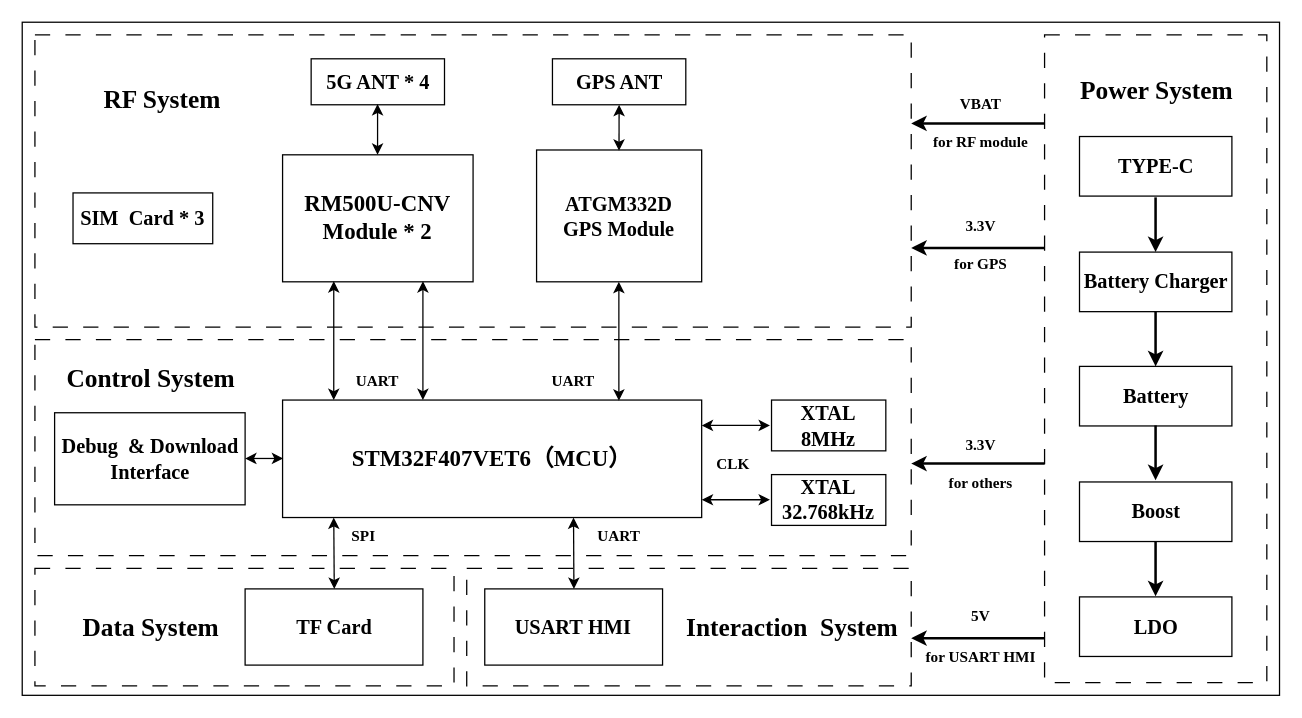
Before: ICCC_block_V4.0.drawio in zeandon/draw.io, a draw.io diagram. Source tidied: cells renumbered, new cells numbered last; positions are measured from the earlier drawing's top-left corner, leaving out a move shared by most shapes. Both pictures are drawn from the tidied source at 127%, with x=0, y=0 at pixel (22, 22).
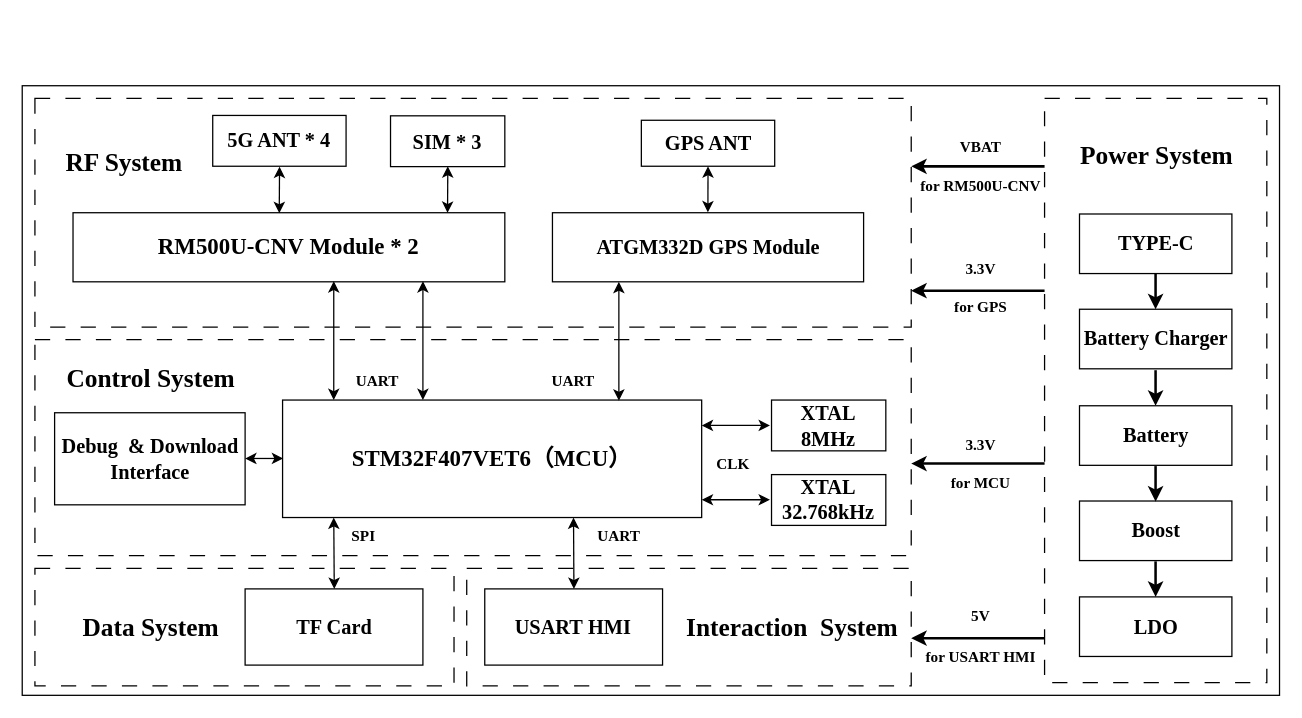
The same diagram, later.

Change to the diagram source:
```diff
@@
     <mxCell id="2" style="rounded=0;whiteSpace=wrap;html=1;fontFamily=Times New Roman;" parent="1" vertex="1">
-      <mxGeometry width="990" height="530" as="geometry" />
+      <mxGeometry y="50" width="990" height="480" as="geometry" />
     </mxCell>
@@
     <mxCell id="5" style="rounded=0;whiteSpace=wrap;html=1;fontFamily=Times New Roman;dashed=1;dashPattern=12 12;" parent="1" vertex="1">
-      <mxGeometry x="805" y="10" width="175" height="510" as="geometry" />
+      <mxGeometry x="805" y="60" width="175" height="460" as="geometry" />
     </mxCell>
     <mxCell id="6" style="rounded=0;whiteSpace=wrap;html=1;fontFamily=Times New Roman;dashed=1;dashPattern=12 12;" parent="1" vertex="1">
-      <mxGeometry x="10" y="10" width="690" height="230" as="geometry" />
+      <mxGeometry x="10" y="60" width="690" height="180" as="geometry" />
     </mxCell>
@@
     <mxCell id="9" value="&lt;span&gt;RF System&lt;/span&gt;" style="text;strokeColor=none;fillColor=none;html=1;fontSize=20;fontStyle=1;verticalAlign=middle;align=center;fontFamily=Times New Roman;" parent="1" vertex="1">
-      <mxGeometry x="60" y="40" width="100" height="40" as="geometry" />
+      <mxGeometry x="30" y="90" width="100" height="40" as="geometry" />
     </mxCell>
-    <mxCell id="10" value="RM500U-CNV&lt;div&gt;Module * 2&lt;/div&gt;" style="rounded=0;whiteSpace=wrap;html=1;fontStyle=1;fontFamily=Times New Roman;fontSize=18;" parent="1" vertex="1">
-      <mxGeometry x="205" y="104.4" width="150" height="100" as="geometry" />
+    <mxCell id="10" value="RM500U-CNV&amp;nbsp;&lt;span style=&quot;background-color: transparent; color: light-dark(rgb(0, 0, 0), rgb(255, 255, 255));&quot;&gt;Module * 2&lt;/span&gt;" style="rounded=0;whiteSpace=wrap;html=1;fontStyle=1;fontFamily=Times New Roman;fontSize=18;" parent="1" vertex="1">
+      <mxGeometry x="40" y="150" width="340" height="54.4" as="geometry" />
     </mxCell>
@@
     <mxCell id="13" value="5G ANT * 4" style="rounded=0;whiteSpace=wrap;html=1;fontStyle=1;fontFamily=Times New Roman;fontSize=16;" parent="1" vertex="1">
-      <mxGeometry x="227.5" y="28.8" width="105" height="36.2" as="geometry" />
+      <mxGeometry x="150" y="73.4" width="105" height="40" as="geometry" />
     </mxCell>
@@
     <mxCell id="18" value="TYPE-C" style="rounded=0;whiteSpace=wrap;html=1;fontStyle=1;fontFamily=Times New Roman;fontSize=16;" parent="1" vertex="1">
-      <mxGeometry x="832.5" y="90" width="120" height="46.9" as="geometry" />
+      <mxGeometry x="832.5" y="151" width="120" height="46.9" as="geometry" />
     </mxCell>
     <mxCell id="19" value="Battery Charger" style="rounded=0;whiteSpace=wrap;html=1;fontStyle=1;fontFamily=Times New Roman;fontSize=16;" parent="1" vertex="1">
-      <mxGeometry x="832.5" y="181" width="120" height="46.9" as="geometry" />
+      <mxGeometry x="832.5" y="226" width="120" height="46.9" as="geometry" />
     </mxCell>
     <mxCell id="20" value="Boost" style="rounded=0;whiteSpace=wrap;html=1;fontStyle=1;fontFamily=Times New Roman;fontSize=16;" parent="1" vertex="1">
-      <mxGeometry x="832.5" y="362" width="120" height="46.9" as="geometry" />
+      <mxGeometry x="832.5" y="377" width="120" height="46.9" as="geometry" />
     </mxCell>
@@
     <mxCell id="22" value="Battery" style="rounded=0;whiteSpace=wrap;html=1;fontStyle=1;fontFamily=Times New Roman;fontSize=16;" parent="1" vertex="1">
-      <mxGeometry x="832.5" y="271" width="120" height="46.9" as="geometry" />
+      <mxGeometry x="832.5" y="302" width="120" height="46.9" as="geometry" />
     </mxCell>
-    <mxCell id="23" value="SIM&amp;nbsp; Card * 3" style="rounded=0;whiteSpace=wrap;html=1;fontStyle=1;fontFamily=Times New Roman;fontSize=16;" parent="1" vertex="1">
-      <mxGeometry x="40" y="134.4" width="110" height="40" as="geometry" />
+    <mxCell id="23" value="SIM * 3" style="rounded=0;whiteSpace=wrap;html=1;fontStyle=1;fontFamily=Times New Roman;fontSize=16;" parent="1" vertex="1">
+      <mxGeometry x="290" y="73.7" width="90" height="40" as="geometry" />
     </mxCell>
@@
-    <mxCell id="26" style="endArrow=classic;startArrow=classic;html=1;rounded=0;exitX=0.5;exitY=0;exitDx=0;exitDy=0;entryX=0.958;entryY=0.995;entryDx=0;entryDy=0;entryPerimeter=0;fontFamily=Times New Roman;" parent="1" edge="1">
-      <mxGeometry relative="1" as="geometry">
-        <mxPoint x="279.8" y="104.4" as="sourcePoint" />
-        <mxPoint x="279.8" y="64.4" as="targetPoint" />
-        <Array as="points">
-          <mxPoint x="279.8" y="84.4" />
-          <mxPoint x="279.8" y="74.4" />
-        </Array>
-      </mxGeometry>
-    </mxCell>
     <mxCell id="27" value="VBAT" style="text;html=1;whiteSpace=wrap;strokeColor=none;fillColor=none;align=center;verticalAlign=middle;rounded=0;fontStyle=1;fontSize=12;fontFamily=Times New Roman;" parent="1" vertex="1">
-      <mxGeometry x="730" y="50" width="50" height="30" as="geometry" />
+      <mxGeometry x="730" y="83.7" width="50" height="30" as="geometry" />
     </mxCell>
@@
-    <mxCell id="30" value="for RF module" style="text;html=1;whiteSpace=wrap;strokeColor=none;fillColor=none;align=center;verticalAlign=middle;rounded=0;fontStyle=1;fontSize=12;fontFamily=Times New Roman;" parent="1" vertex="1">
-      <mxGeometry x="710" y="80" width="90" height="30" as="geometry" />
+    <mxCell id="30" value="for RM500U-CNV" style="text;html=1;whiteSpace=wrap;strokeColor=none;fillColor=none;align=center;verticalAlign=middle;rounded=0;fontStyle=1;fontSize=12;fontFamily=Times New Roman;" parent="1" vertex="1">
+      <mxGeometry x="695" y="113.7" width="120" height="30" as="geometry" />
     </mxCell>
@@
     <mxCell id="32" value="for GPS" style="text;html=1;whiteSpace=wrap;strokeColor=none;fillColor=none;align=center;verticalAlign=middle;rounded=0;fontStyle=1;fontSize=12;fontFamily=Times New Roman;" parent="1" vertex="1">
-      <mxGeometry x="725" y="176.3" width="60" height="30" as="geometry" />
+      <mxGeometry x="725" y="210" width="60" height="30" as="geometry" />
     </mxCell>
-    <mxCell id="33" value="for others" style="text;html=1;whiteSpace=wrap;strokeColor=none;fillColor=none;align=center;verticalAlign=middle;rounded=0;fontStyle=1;fontSize=12;fontFamily=Times New Roman;" parent="1" vertex="1">
+    <mxCell id="33" value="for MCU" style="text;html=1;whiteSpace=wrap;strokeColor=none;fillColor=none;align=center;verticalAlign=middle;rounded=0;fontStyle=1;fontSize=12;fontFamily=Times New Roman;" parent="1" vertex="1">
       <mxGeometry x="720" y="347.5" width="70" height="30" as="geometry" />
     </mxCell>
-    <mxCell id="34" value="&lt;div&gt;&lt;div class=&quot;old-record-id-EkiNdZjjBor4kKx9q06cBJtBn5e&quot;&gt;ATGM332D&lt;/div&gt;&lt;/div&gt;&lt;span data-lark-record-data=&quot;{&amp;quot;rootId&amp;quot;:&amp;quot;WC7idygdLo3EwxxI4wccTYTrntd&amp;quot;,&amp;quot;text&amp;quot;:{&amp;quot;initialAttributedTexts&amp;quot;:{&amp;quot;text&amp;quot;:{&amp;quot;0&amp;quot;:&amp;quot;ATGM332D&amp;quot;},&amp;quot;attribs&amp;quot;:{&amp;quot;0&amp;quot;:&amp;quot;*0+8&amp;quot;}},&amp;quot;apool&amp;quot;:{&amp;quot;numToAttrib&amp;quot;:{&amp;quot;0&amp;quot;:[&amp;quot;author&amp;quot;,&amp;quot;7430727519390695452&amp;quot;]},&amp;quot;nextNum&amp;quot;:1}},&amp;quot;type&amp;quot;:&amp;quot;text&amp;quot;,&amp;quot;referenceRecordMap&amp;quot;:{},&amp;quot;extra&amp;quot;:{&amp;quot;channel&amp;quot;:&amp;quot;saas&amp;quot;,&amp;quot;isEqualBlockSelection&amp;quot;:false,&amp;quot;pasteRandomId&amp;quot;:&amp;quot;4cfd0e9a-30e1-4352-a2b7-8c5324ee6488&amp;quot;,&amp;quot;mention_page_title&amp;quot;:{},&amp;quot;external_mention_url&amp;quot;:{}},&amp;quot;isKeepQuoteContainer&amp;quot;:false,&amp;quot;isFromCode&amp;quot;:false,&amp;quot;selection&amp;quot;:[{&amp;quot;id&amp;quot;:43,&amp;quot;type&amp;quot;:&amp;quot;text&amp;quot;,&amp;quot;selection&amp;quot;:{&amp;quot;start&amp;quot;:46,&amp;quot;end&amp;quot;:54},&amp;quot;recordId&amp;quot;:&amp;quot;EkiNdZjjBor4kKx9q06cBJtBn5e&amp;quot;}],&amp;quot;payloadMap&amp;quot;:{},&amp;quot;isCut&amp;quot;:false}&quot; class=&quot;lark-record-clipboard&quot;&gt;&lt;/span&gt;GPS Module" style="rounded=0;whiteSpace=wrap;html=1;fontStyle=1;fontFamily=Times New Roman;fontSize=16;" parent="1" vertex="1">
-      <mxGeometry x="405" y="100.6" width="130" height="103.8" as="geometry" />
+    <mxCell id="34" value="&lt;div&gt;&lt;div class=&quot;old-record-id-EkiNdZjjBor4kKx9q06cBJtBn5e&quot;&gt;ATGM332D&amp;nbsp;&lt;span style=&quot;background-color: transparent; color: light-dark(rgb(0, 0, 0), rgb(255, 255, 255));&quot;&gt;GPS Module&lt;/span&gt;&lt;/div&gt;&lt;/div&gt;" style="rounded=0;whiteSpace=wrap;html=1;fontStyle=1;fontFamily=Times New Roman;fontSize=16;" parent="1" vertex="1">
+      <mxGeometry x="417.5" y="150" width="245" height="54.4" as="geometry" />
     </mxCell>
     <mxCell id="35" value="GPS ANT" style="rounded=0;whiteSpace=wrap;html=1;fontStyle=1;fontFamily=Times New Roman;fontSize=16;" parent="1" vertex="1">
-      <mxGeometry x="417.5" y="28.8" width="105" height="36.2" as="geometry" />
+      <mxGeometry x="487.5" y="77.2" width="105" height="36.2" as="geometry" />
     </mxCell>
@@
     <mxCell id="40" style="endArrow=classic;startArrow=classic;html=1;rounded=0;fontFamily=Times New Roman;entryX=0.5;entryY=1;entryDx=0;entryDy=0;" parent="1" edge="1" target="35">
       <mxGeometry relative="1" as="geometry">
-        <mxPoint x="469.9" y="101.2" as="sourcePoint" />
+        <mxPoint x="539.9" y="149.7" as="sourcePoint" />
       </mxGeometry>
     </mxCell>
     <mxCell id="41" value="3.3V" style="text;html=1;whiteSpace=wrap;strokeColor=none;fillColor=none;align=center;verticalAlign=middle;rounded=0;fontStyle=1;fontSize=12;fontFamily=Times New Roman;" parent="1" vertex="1">
-      <mxGeometry x="730" y="146.3" width="50" height="30" as="geometry" />
+      <mxGeometry x="730" y="180" width="50" height="30" as="geometry" />
     </mxCell>
-    <mxCell id="42" style="endArrow=none;startArrow=classic;html=1;rounded=0;endFill=0;strokeWidth=2;fontFamily=Times New Roman;entryX=0.516;entryY=0.999;entryDx=0;entryDy=0;entryPerimeter=0;" parent="1" edge="1">
-      <mxGeometry relative="1" as="geometry">
-        <mxPoint x="892.4" y="181" as="sourcePoint" />
-        <mxPoint x="892.4" y="137.9" as="targetPoint" />
-      </mxGeometry>
-    </mxCell>
     <mxCell id="43" style="endArrow=none;startArrow=classic;html=1;rounded=0;endFill=0;strokeWidth=2;fontFamily=Times New Roman;entryX=-0.001;entryY=0.254;entryDx=0;entryDy=0;entryPerimeter=0;" parent="1" edge="1">
       <mxGeometry relative="1" as="geometry">
-        <mxPoint x="700" y="79.7" as="sourcePoint" />
-        <mxPoint x="805" y="79.7" as="targetPoint" />
+        <mxPoint x="700" y="113.5" as="sourcePoint" />
+        <mxPoint x="805" y="113.5" as="targetPoint" />
       </mxGeometry>
     </mxCell>
@@
     <mxCell id="45" style="endArrow=none;startArrow=classic;html=1;rounded=0;endFill=0;strokeWidth=2;fontFamily=Times New Roman;entryX=-0.001;entryY=0.254;entryDx=0;entryDy=0;entryPerimeter=0;" parent="1" edge="1">
       <mxGeometry relative="1" as="geometry">
-        <mxPoint x="700" y="177.7" as="sourcePoint" />
-        <mxPoint x="805" y="177.7" as="targetPoint" />
+        <mxPoint x="700" y="211.4" as="sourcePoint" />
+        <mxPoint x="805" y="211.4" as="targetPoint" />
       </mxGeometry>
     </mxCell>
@@
     <mxCell id="49" value="&lt;font&gt;Power System&lt;/font&gt;" style="text;strokeColor=none;fillColor=none;html=1;fontSize=20;fontStyle=1;verticalAlign=middle;align=center;fontFamily=Times New Roman;" parent="1" vertex="1">
-      <mxGeometry x="827.5" y="33.1" width="130" height="40" as="geometry" />
+      <mxGeometry x="827.5" y="83.7" width="130" height="40" as="geometry" />
     </mxCell>
-    <mxCell id="50" style="endArrow=none;startArrow=classic;html=1;rounded=0;endFill=0;strokeWidth=2;fontFamily=Times New Roman;entryX=0.516;entryY=0.999;entryDx=0;entryDy=0;entryPerimeter=0;" parent="1" edge="1">
-      <mxGeometry relative="1" as="geometry">
-        <mxPoint x="892.4" y="271" as="sourcePoint" />
-        <mxPoint x="892.4" y="227.9" as="targetPoint" />
-      </mxGeometry>
-    </mxCell>
-    <mxCell id="51" style="endArrow=none;startArrow=classic;html=1;rounded=0;endFill=0;strokeWidth=2;fontFamily=Times New Roman;entryX=0.516;entryY=0.999;entryDx=0;entryDy=0;entryPerimeter=0;" parent="1" edge="1">
-      <mxGeometry relative="1" as="geometry">
-        <mxPoint x="892.4" y="360.6" as="sourcePoint" />
-        <mxPoint x="892.4" y="317.5" as="targetPoint" />
-      </mxGeometry>
-    </mxCell>
-    <mxCell id="52" style="endArrow=none;startArrow=classic;html=1;rounded=0;endFill=0;strokeWidth=2;fontFamily=Times New Roman;entryX=0.516;entryY=0.999;entryDx=0;entryDy=0;entryPerimeter=0;" parent="1" edge="1">
-      <mxGeometry relative="1" as="geometry">
-        <mxPoint x="892.4" y="452" as="sourcePoint" />
-        <mxPoint x="892.4" y="408.9" as="targetPoint" />
-      </mxGeometry>
-    </mxCell>
@@
+    <mxCell id="60" style="endArrow=none;startArrow=classic;html=1;rounded=0;endFill=0;strokeWidth=2;fontFamily=Times New Roman;entryX=0.5;entryY=1;entryDx=0;entryDy=0;exitX=0.5;exitY=0;exitDx=0;exitDy=0;" parent="1" edge="1">
+      <mxGeometry relative="1" as="geometry">
+        <mxPoint x="892.4" y="226" as="sourcePoint" />
+        <mxPoint x="892.4" y="198" as="targetPoint" />
+      </mxGeometry>
+    </mxCell>
+    <mxCell id="61" style="endArrow=none;startArrow=classic;html=1;rounded=0;endFill=0;strokeWidth=2;fontFamily=Times New Roman;entryX=0.5;entryY=1;entryDx=0;entryDy=0;exitX=0.5;exitY=0;exitDx=0;exitDy=0;" parent="1" edge="1">
+      <mxGeometry relative="1" as="geometry">
+        <mxPoint x="892.4" y="302" as="sourcePoint" />
+        <mxPoint x="892.4" y="274" as="targetPoint" />
+      </mxGeometry>
+    </mxCell>
+    <mxCell id="62" style="endArrow=none;startArrow=classic;html=1;rounded=0;endFill=0;strokeWidth=2;fontFamily=Times New Roman;entryX=0.5;entryY=1;entryDx=0;entryDy=0;exitX=0.5;exitY=0;exitDx=0;exitDy=0;" parent="1" edge="1">
+      <mxGeometry relative="1" as="geometry">
+        <mxPoint x="892.4" y="377.5" as="sourcePoint" />
+        <mxPoint x="892.4" y="349.5" as="targetPoint" />
+      </mxGeometry>
+    </mxCell>
+    <mxCell id="63" style="endArrow=none;startArrow=classic;html=1;rounded=0;endFill=0;strokeWidth=2;fontFamily=Times New Roman;entryX=0.5;entryY=1;entryDx=0;entryDy=0;exitX=0.5;exitY=0;exitDx=0;exitDy=0;" parent="1" edge="1">
+      <mxGeometry relative="1" as="geometry">
+        <mxPoint x="892.4" y="452.5" as="sourcePoint" />
+        <mxPoint x="892.4" y="424.5" as="targetPoint" />
+      </mxGeometry>
+    </mxCell>
+    <mxCell id="64" style="endArrow=classic;startArrow=classic;html=1;rounded=0;fontFamily=Times New Roman;entryX=0.5;entryY=1;entryDx=0;entryDy=0;" parent="1" edge="1">
+      <mxGeometry relative="1" as="geometry">
+        <mxPoint x="334.9" y="150.1" as="sourcePoint" />
+        <mxPoint x="335.1" y="113.4" as="targetPoint" />
+      </mxGeometry>
+    </mxCell>
+    <mxCell id="65" style="endArrow=classic;startArrow=classic;html=1;rounded=0;fontFamily=Times New Roman;entryX=0.5;entryY=1;entryDx=0;entryDy=0;" parent="1" edge="1">
+      <mxGeometry relative="1" as="geometry">
+        <mxPoint x="202.4" y="150.4" as="sourcePoint" />
+        <mxPoint x="202.6" y="113.7" as="targetPoint" />
+      </mxGeometry>
+    </mxCell>
```
